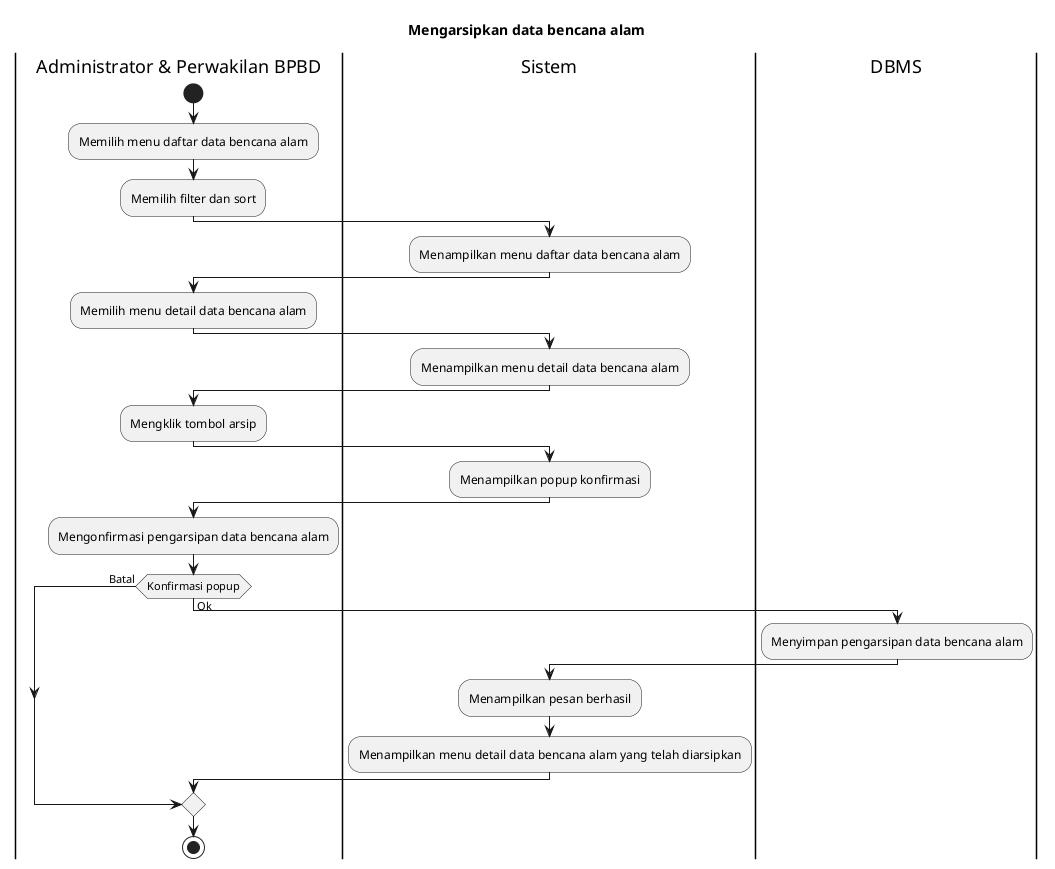
Earlier version of the PlantUML export export/Activity Diagrams/UC-MGDISASTER - Manajemen Data Bencana/UC-MGDISASTER-009 - Mengarsipkan data bencana alam.png (bagusNA/appl-diagrams). Source of this version:
```plantuml
@startuml
title Mengarsipkan data bencana alam

|Administrator & Perwakilan BPBD|
start
:Memilih menu daftar data bencana alam;
:Memilih filter dan sort;

|Sistem|
:Menampilkan menu daftar data bencana alam;

|Administrator & Perwakilan BPBD|
:Memilih menu detail data bencana alam;

|Sistem|
:Menampilkan menu detail data bencana alam;

|Administrator & Perwakilan BPBD|
:Mengklik tombol arsip;

|Sistem|
:Menampilkan popup konfirmasi;

|Administrator & Perwakilan BPBD|
:Mengonfirmasi pengarsipan data bencana alam;

if (Konfirmasi popup) then (Batal)
else (Ok)
  |DBMS|
  :Menyimpan pengarsipan data bencana alam;

  |Sistem|
  :Menampilkan pesan berhasil;
  :Menampilkan menu detail data bencana alam yang telah diarsipkan;
endif

|Administrator & Perwakilan BPBD|
stop
@enduml
```
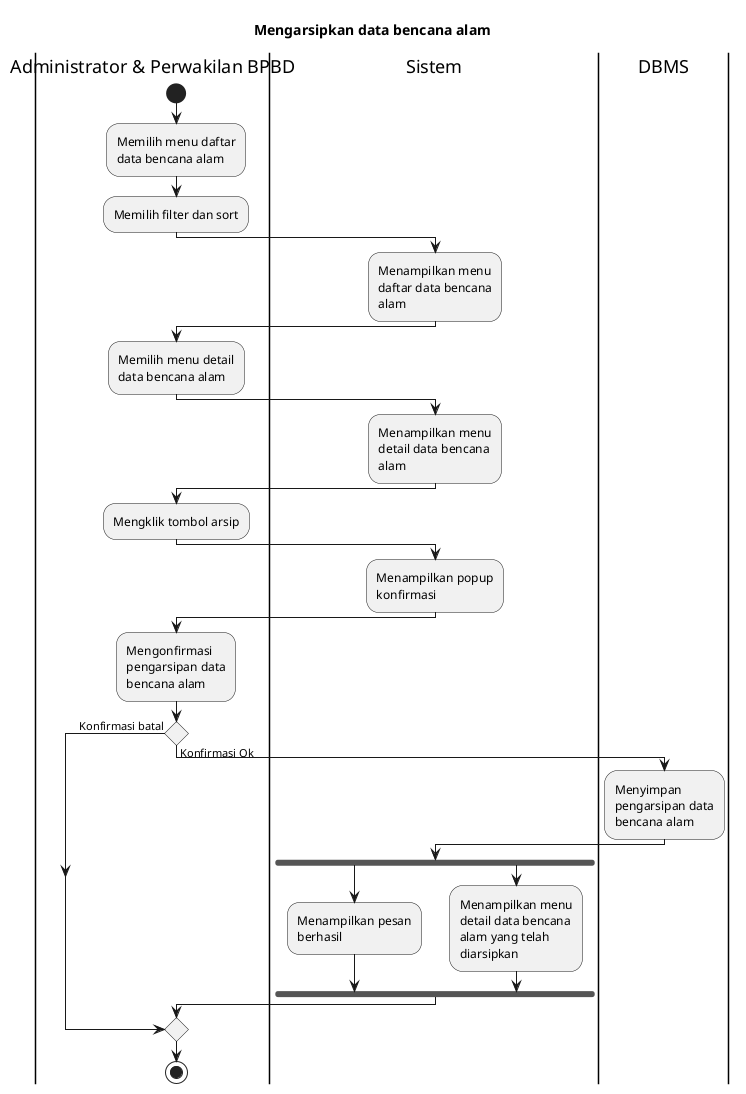
The same file after the commit.

The edit, as a diff of the source:
```diff
@@ -1,4 +1,6 @@
 @startuml
+skinparam wrapWidth 140
+
 title Mengarsipkan data bencana alam
 
 |Administrator & Perwakilan BPBD|
@@ -24,14 +26,17 @@
 |Administrator & Perwakilan BPBD|
 :Mengonfirmasi pengarsipan data bencana alam;
 
-if (Konfirmasi popup) then (Batal)
-else (Ok)
+if () then (Konfirmasi batal)
+else (Konfirmasi Ok)
   |DBMS|
   :Menyimpan pengarsipan data bencana alam;
 
   |Sistem|
-  :Menampilkan pesan berhasil;
-  :Menampilkan menu detail data bencana alam yang telah diarsipkan;
+  fork
+    :Menampilkan pesan berhasil;
+  fork again
+    :Menampilkan menu detail data bencana alam yang telah diarsipkan;
+  endfork
 endif
 
 |Administrator & Perwakilan BPBD|
```
